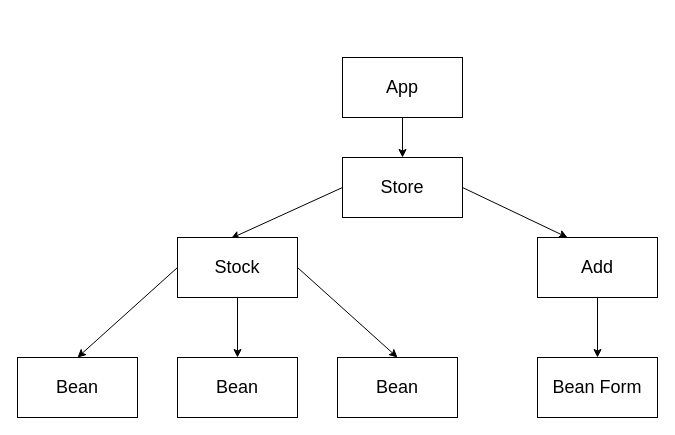
Before: diagram.drawio in kiernan2/inventory, a draw.io diagram. Source tidied: cells renumbered, new cells numbered last; positions are measured from the earlier drawing's top-left corner, leaving out a move shared by most shapes. Both pictures are drawn from the tidied source at 100%, with x=0, y=0 at pixel (17, 57).
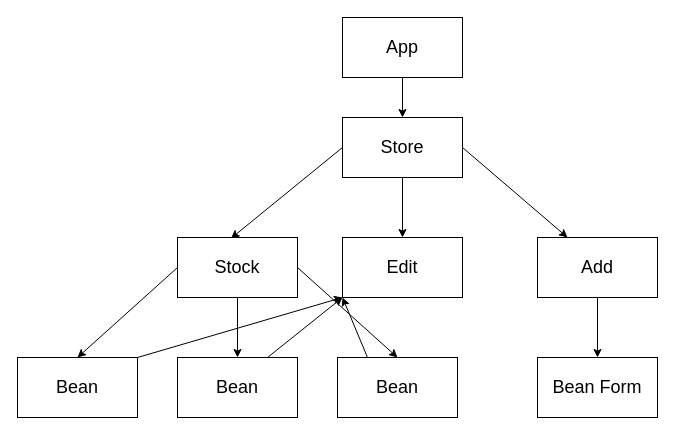
After the change.

Unchanged cells that the change refers to:
```xml
<mxCell id="10" value="&lt;span style=&quot;font-size: 18px; text-align: left;&quot;&gt;Bean&lt;/span&gt;" style="whiteSpace=wrap;html=1;" parent="1" vertex="1">
  <mxGeometry x="320" y="300" width="120" height="60" as="geometry" />
</mxCell>
<mxCell id="11" value="&lt;span style=&quot;font-size: 18px; text-align: left;&quot;&gt;Bean&lt;/span&gt;" style="whiteSpace=wrap;html=1;" parent="1" vertex="1">
  <mxGeometry x="160" y="300" width="120" height="60" as="geometry" />
</mxCell>
<mxCell id="12" value="&lt;span style=&quot;text-align: left;&quot;&gt;&lt;font style=&quot;font-size: 18px;&quot;&gt;Bean&lt;/font&gt;&lt;/span&gt;" style="whiteSpace=wrap;html=1;" parent="1" vertex="1">
  <mxGeometry y="300" width="120" height="60" as="geometry" />
</mxCell>
```

Diff of the diagram source:
```diff
@@
     <mxCell id="5" value="&lt;font style=&quot;font-size: 18px;&quot;&gt;App&lt;/font&gt;" style="whiteSpace=wrap;html=1;" parent="1" vertex="1">
-      <mxGeometry x="325" width="120" height="60" as="geometry" />
+      <mxGeometry x="325" y="-40" width="120" height="60" as="geometry" />
     </mxCell>
@@
+    <mxCell id="17" style="edgeStyle=none;html=1;exitX=0.25;exitY=0;exitDx=0;exitDy=0;entryX=0;entryY=1;entryDx=0;entryDy=0;" parent="1" edge="1" source="10" target="21">
+      <mxGeometry relative="1" as="geometry" />
+    </mxCell>
@@
+    <mxCell id="18" style="edgeStyle=none;html=1;exitX=0.75;exitY=0;exitDx=0;exitDy=0;entryX=0;entryY=1;entryDx=0;entryDy=0;" parent="1" edge="1" source="11" target="21">
+      <mxGeometry relative="1" as="geometry" />
+    </mxCell>
@@
+    <mxCell id="19" style="edgeStyle=none;html=1;exitX=1;exitY=0;exitDx=0;exitDy=0;entryX=0;entryY=1;entryDx=0;entryDy=0;" parent="1" edge="1" source="12" target="21">
+      <mxGeometry relative="1" as="geometry" />
+    </mxCell>
@@
+    <mxCell id="20" style="edgeStyle=none;html=1;exitX=0.5;exitY=1;exitDx=0;exitDy=0;entryX=0.5;entryY=0;entryDx=0;entryDy=0;" parent="1" edge="1" source="16" target="21">
+      <mxGeometry relative="1" as="geometry" />
+    </mxCell>
     <mxCell id="16" value="&lt;font style=&quot;font-size: 18px;&quot;&gt;Store&lt;br&gt;&lt;/font&gt;" style="whiteSpace=wrap;html=1;" parent="1" vertex="1">
-      <mxGeometry x="325" y="100" width="120" height="60" as="geometry" />
+      <mxGeometry x="325" y="60" width="120" height="60" as="geometry" />
     </mxCell>
+    <mxCell id="21" value="&lt;span style=&quot;text-align: left;&quot;&gt;&lt;font style=&quot;font-size: 18px;&quot;&gt;Edit&lt;br&gt;&lt;/font&gt;&lt;/span&gt;" style="whiteSpace=wrap;html=1;" parent="1" vertex="1">
+      <mxGeometry x="325" y="180" width="120" height="60" as="geometry" />
+    </mxCell>
```
